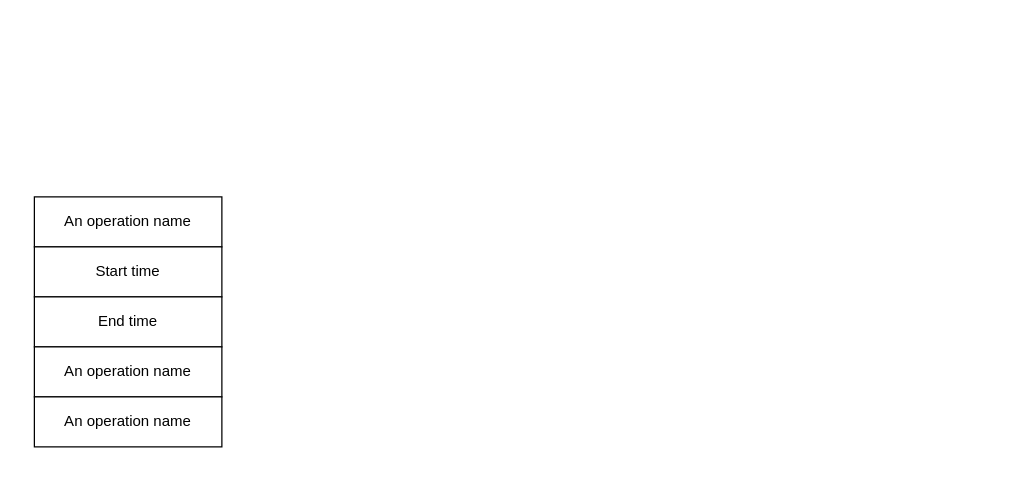
Before: OpenTracing_Span.drawio in bluefantasy2014/draw.io, a draw.io diagram. Source tidied: cells renumbered, new cells numbered last; positions are measured from the earlier drawing's top-left corner, leaving out a move shared by most shapes. Both pictures are drawn from the tidied source at 125%, with x=0, y=0 at pixel (34, 196).
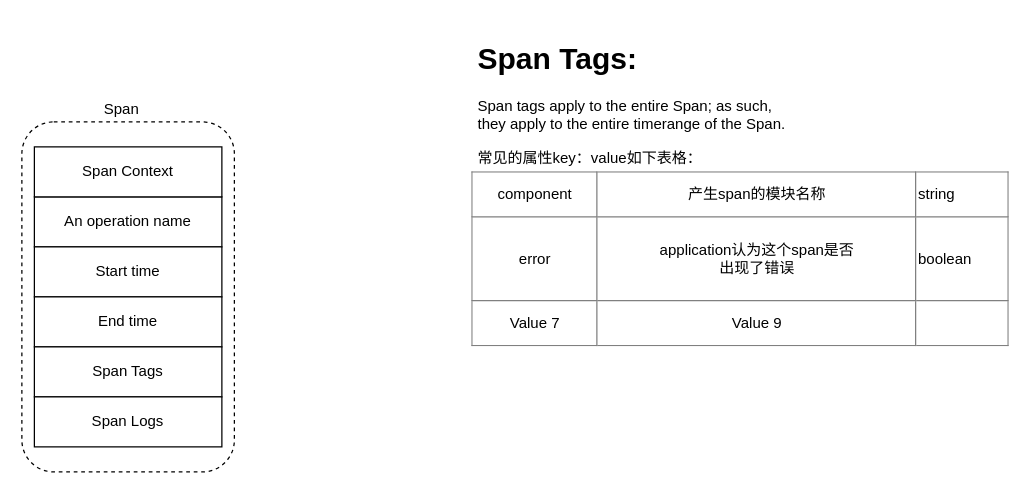
The same diagram, later.

What changed in the source:
```diff
@@
 <mxGraphModel>
   <root>
     <mxCell id="0" />
     <mxCell id="1" parent="0" />
+    <mxCell id="7" style="rounded=1;whiteSpace=wrap;html=1;fillColor=none;dashed=1;" parent="1" vertex="1">
+      <mxGeometry x="-10" y="-60" width="170" height="280" as="geometry" />
+    </mxCell>
     <mxCell id="2" value="An operation name" style="rounded=0;whiteSpace=wrap;html=1;" parent="1" vertex="1">
       <mxGeometry width="150" height="40" as="geometry" />
     </mxCell>
     <mxCell id="3" value="Start time" style="rounded=0;whiteSpace=wrap;html=1;" parent="1" vertex="1">
       <mxGeometry y="40" width="150" height="40" as="geometry" />
     </mxCell>
     <mxCell id="4" value="End time" style="rounded=0;whiteSpace=wrap;html=1;" parent="1" vertex="1">
       <mxGeometry y="80" width="150" height="40" as="geometry" />
     </mxCell>
-    <mxCell id="5" value="An operation name" style="rounded=0;whiteSpace=wrap;html=1;" parent="1" vertex="1">
+    <mxCell id="5" value="Span Tags" style="rounded=0;whiteSpace=wrap;html=1;" parent="1" vertex="1">
       <mxGeometry y="120" width="150" height="40" as="geometry" />
     </mxCell>
-    <mxCell id="6" value="An operation name" style="rounded=0;whiteSpace=wrap;html=1;" parent="1" vertex="1">
+    <mxCell id="6" value="Span Logs" style="rounded=0;whiteSpace=wrap;html=1;" parent="1" vertex="1">
       <mxGeometry y="160" width="150" height="40" as="geometry" />
     </mxCell>
+    <mxCell id="8" value="Span Context" style="rounded=0;whiteSpace=wrap;html=1;" parent="1" vertex="1">
+      <mxGeometry y="-40" width="150" height="40" as="geometry" />
+    </mxCell>
+    <mxCell id="9" value="Span" style="text;html=1;strokeColor=none;fillColor=none;align=center;verticalAlign=middle;whiteSpace=wrap;rounded=0;dashed=1;" parent="1" vertex="1">
+      <mxGeometry x="50" y="-80" width="40" height="20" as="geometry" />
+    </mxCell>
+    <mxCell id="10" value="&lt;h1&gt;Span Tags:&lt;/h1&gt;&lt;p&gt;&lt;span&gt;Span tags apply to&amp;nbsp;&lt;/span&gt;&lt;span&gt;the entire Span&lt;/span&gt;&lt;span&gt;; as such, they apply to the entire timerange of the Span.&amp;nbsp;&lt;/span&gt;&lt;br&gt;&lt;/p&gt;&lt;p&gt;&lt;span&gt;常见的属性key：value如下表格：&lt;/span&gt;&lt;/p&gt;" style="text;html=1;strokeColor=none;fillColor=none;spacing=5;spacingTop=-20;whiteSpace=wrap;overflow=hidden;rounded=0;dashed=1;" parent="1" vertex="1">
+      <mxGeometry x="350" y="-130" width="260" height="110" as="geometry" />
+    </mxCell>
+    <mxCell id="11" value="&lt;table border=&quot;1&quot; width=&quot;100%&quot; style=&quot;width: 100% ; height: 100% ; border-collapse: collapse&quot;&gt;&lt;tbody&gt;&lt;tr&gt;&lt;td align=&quot;center&quot;&gt;component&lt;br&gt;&lt;/td&gt;&lt;td align=&quot;center&quot;&gt;产生span的模块名称&lt;/td&gt;&lt;td&gt;string&lt;/td&gt;&lt;/tr&gt;&lt;tr&gt;&lt;td align=&quot;center&quot;&gt;error&lt;/td&gt;&lt;td align=&quot;center&quot;&gt;application认为这个span是否&lt;br&gt;出现了错误&lt;/td&gt;&lt;td&gt;boolean&lt;/td&gt;&lt;/tr&gt;&lt;tr&gt;&lt;td align=&quot;center&quot;&gt;Value 7&lt;/td&gt;&lt;td align=&quot;center&quot;&gt;Value 9&lt;/td&gt;&lt;td&gt;&lt;br&gt;&lt;/td&gt;&lt;/tr&gt;&lt;/tbody&gt;&lt;/table&gt;" style="text;html=1;strokeColor=none;fillColor=none;overflow=fill;dashed=1;" parent="1" vertex="1">
+      <mxGeometry x="350" y="-20" width="430" height="140" as="geometry" />
+    </mxCell>
   </root>
 </mxGraphModel>
```
